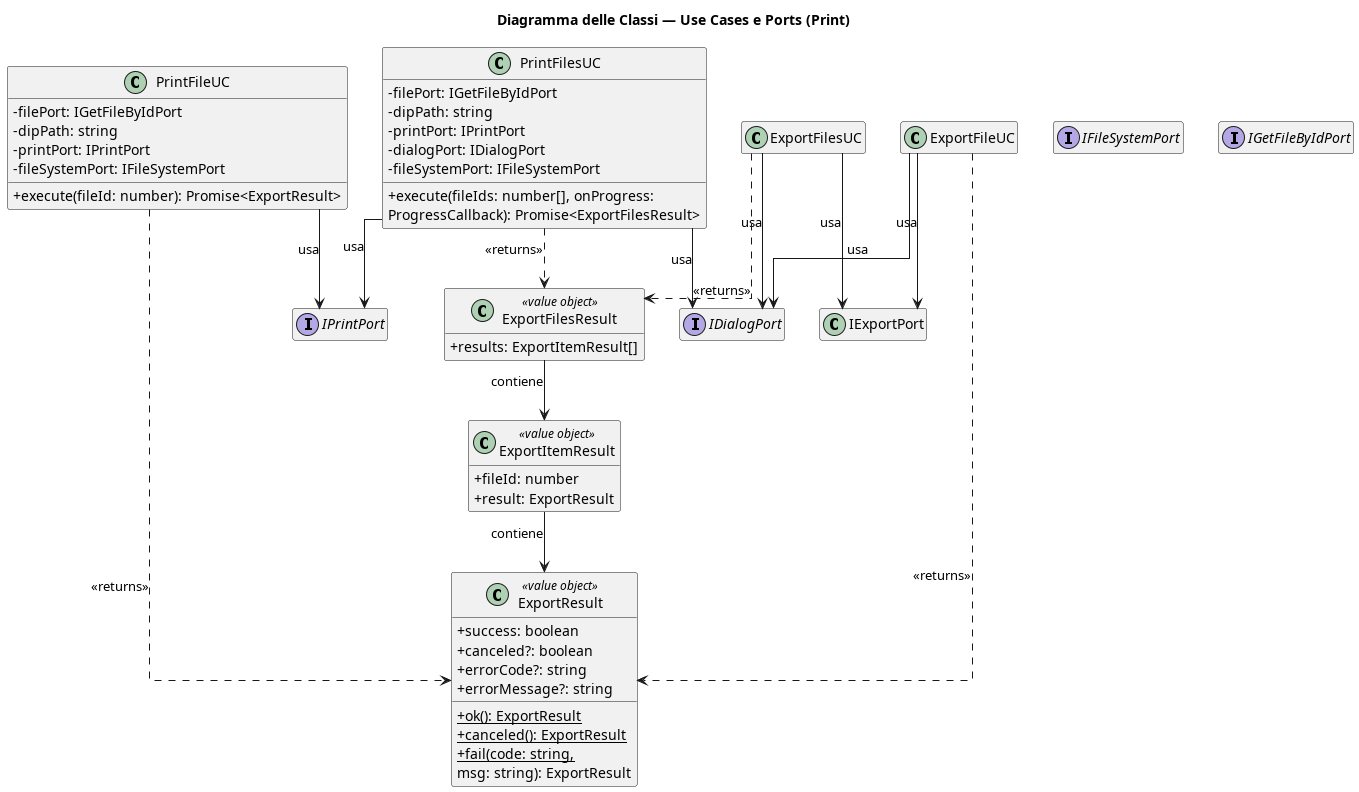
Earlier version of the PlantUML export out/3_PB/DocumentiEsterni/DiagrammiSpecificaTecnica/C4/C4_backend_Export/Export_IPC_Part2_Print.png (7-ZPUs/Docs).
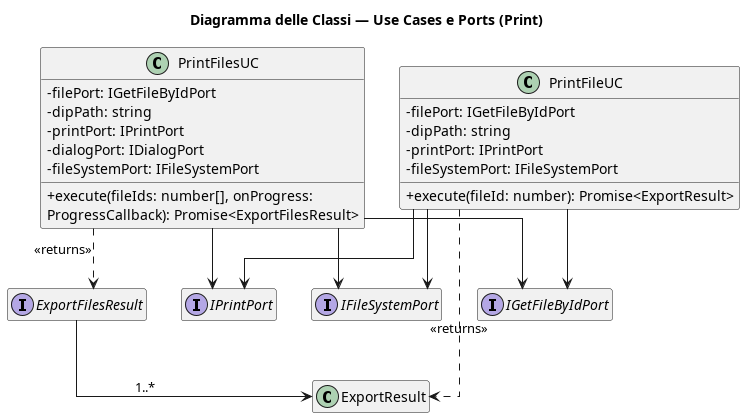
Later version of the same file.

What changed in the source:
```diff
@@ -22,42 +22,18 @@
 }
 
 interface IPrintPort { }
-interface IDialogPort { }
 interface IFileSystemPort { }
 interface IGetFileByIdPort { }
+interface ExportFilesResult {}
 
-class ExportResult <<value object>> {
-    + success: boolean
-    + canceled?: boolean
-    + errorCode?: string
-    + errorMessage?: string
-    + {static} ok(): ExportResult
-    + {static} canceled(): ExportResult
-    + {static} fail(code: string,
-    msg: string): ExportResult
-}
+ExportFilesResult --> ExportResult : 1..*
+PrintFileUC   --> IPrintPort
+PrintFilesUC  --> IPrintPort
+PrintFileUC --> IGetFileByIdPort
+PrintFilesUC --> IGetFileByIdPort
+PrintFileUC --> IFileSystemPort
+PrintFilesUC --> IFileSystemPort
 
-class ExportItemResult <<value object>> {
-    + fileId: number
-    + result: ExportResult
-}
-
-class ExportFilesResult <<value object>> {
-    + results: ExportItemResult[]
-}
-
-ExportItemResult --> ExportResult : contiene
-ExportFilesResult --> ExportItemResult : contiene
-ExportFileUC  --> IExportPort     : usa
-ExportFileUC  --> IDialogPort     : usa
-ExportFilesUC --> IExportPort     : usa
-ExportFilesUC --> IDialogPort     : usa
-PrintFileUC   --> IPrintPort      : usa
-PrintFilesUC  --> IPrintPort      : usa
-PrintFilesUC  --> IDialogPort     : usa
-
-ExportFileUC  ..> ExportResult      : <<returns>>
-ExportFilesUC ..> ExportFilesResult : <<returns>>
 PrintFileUC   ..> ExportResult      : <<returns>>
 PrintFilesUC  ..> ExportFilesResult : <<returns>>
 @enduml
```
